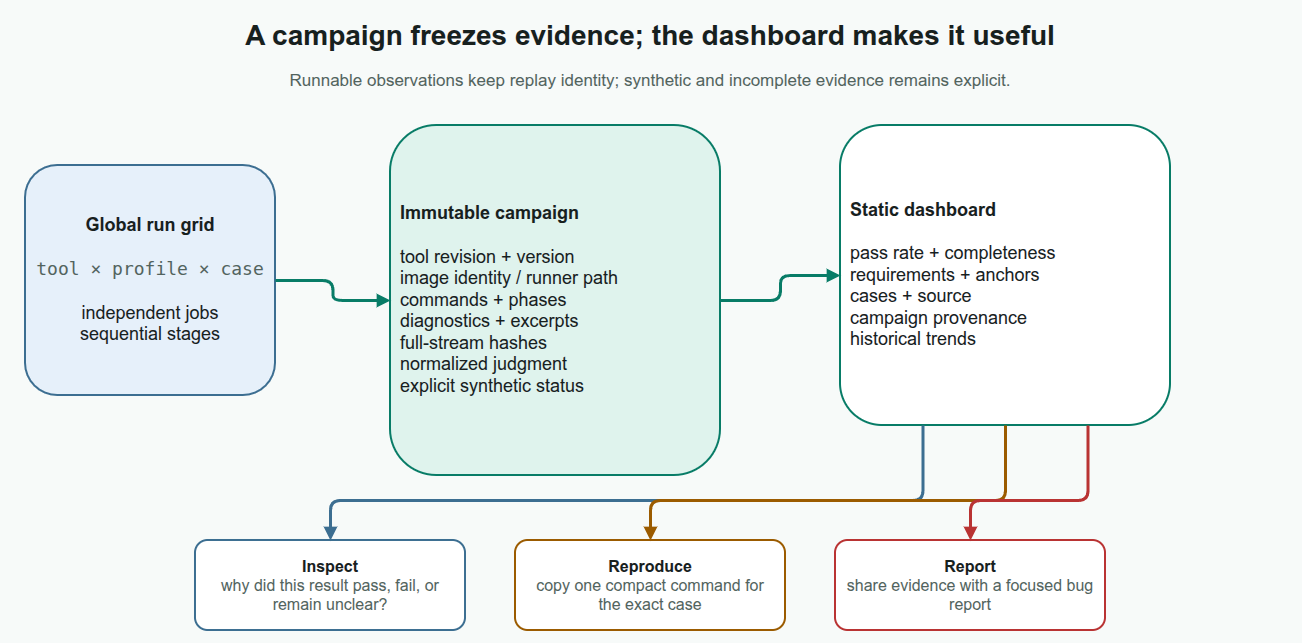
Before: docs/about/assets/campaign-to-dashboard.drawio.png, a diagram exported from draw.io (kleverhq/svtorture). Source tidied: cells renumbered, new cells last; positions are measured from the earlier drawing's top-left corner, leaving out a move shared by most shapes.
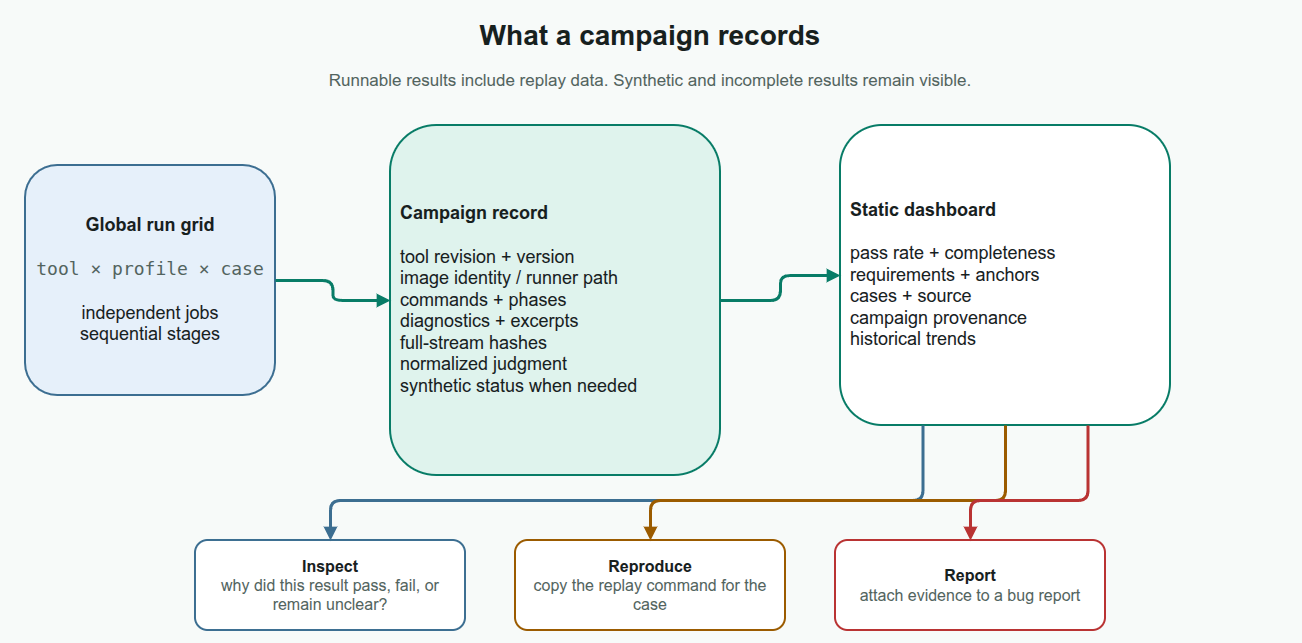
After the commit.

Commit message:
docs(about): tighten guide copy

Change to the diagram source:
```diff
@@ -2,16 +2,16 @@
   <root>
     <mxCell id="0" />
     <mxCell id="1" parent="0" />
-    <mxCell id="2" value="A campaign freezes evidence; the dashboard makes it useful" style="rounded=1;whiteSpace=wrap;html=1;arcSize=14;fillColor=none;strokeColor=none;strokeWidth=2;fontColor=#17201E;fontSize=28;fontStyle=1;align=center;verticalAlign=middle;spacing=10;rounded=0;spacing=0;verticalAlign=middle;" parent="1" vertex="1">
+    <mxCell id="2" value="What a campaign records" style="rounded=1;whiteSpace=wrap;html=1;arcSize=14;fillColor=none;strokeColor=none;strokeWidth=2;fontColor=#17201E;fontSize=28;fontStyle=1;align=center;verticalAlign=middle;spacing=10;rounded=0;spacing=0;verticalAlign=middle;" parent="1" vertex="1">
       <mxGeometry width="1280" height="50" as="geometry" />
     </mxCell>
-    <mxCell id="3" value="Runnable observations keep replay identity; synthetic and incomplete evidence remains explicit." style="rounded=1;whiteSpace=wrap;html=1;arcSize=14;fillColor=none;strokeColor=none;strokeWidth=2;fontColor=#52635E;fontSize=17;fontStyle=0;align=center;verticalAlign=middle;spacing=10;rounded=0;spacing=0;verticalAlign=middle;" parent="1" vertex="1">
+    <mxCell id="3" value="Runnable results include replay data. Synthetic and incomplete results remain visible." style="rounded=1;whiteSpace=wrap;html=1;arcSize=14;fillColor=none;strokeColor=none;strokeWidth=2;fontColor=#52635E;fontSize=17;fontStyle=0;align=center;verticalAlign=middle;spacing=10;rounded=0;spacing=0;verticalAlign=middle;" parent="1" vertex="1">
       <mxGeometry x="60" y="53" width="1160" height="35" as="geometry" />
     </mxCell>
     <mxCell id="4" value="&lt;b&gt;Global run grid&lt;/b&gt;&lt;br&gt;&lt;br&gt;&lt;font face=&quot;monospace&quot; color=&quot;#52635E&quot;&gt;tool × profile × case&lt;/font&gt;&lt;br&gt;&lt;br&gt;independent jobs&lt;br&gt;sequential stages" style="rounded=1;whiteSpace=wrap;html=1;arcSize=14;fillColor=#E6F0FA;strokeColor=#3C6E91;strokeWidth=2;fontColor=#17201E;fontSize=18;fontStyle=0;align=center;verticalAlign=middle;spacing=10;" parent="1" vertex="1">
       <mxGeometry x="15" y="155" width="250" height="230" as="geometry" />
     </mxCell>
-    <mxCell id="5" value="&lt;b&gt;Immutable campaign&lt;/b&gt;&lt;br&gt;&lt;br&gt;tool revision + version&lt;br&gt;image identity / runner path&lt;br&gt;commands + phases&lt;br&gt;diagnostics + excerpts&lt;br&gt;full-stream hashes&lt;br&gt;normalized judgment&lt;br&gt;explicit synthetic status" style="rounded=1;whiteSpace=wrap;html=1;arcSize=14;fillColor=#DFF3ED;strokeColor=#087C67;strokeWidth=2;fontColor=#17201E;fontSize=18;fontStyle=0;align=left;verticalAlign=middle;spacing=10;" parent="1" vertex="1">
+    <mxCell id="5" value="&lt;b&gt;Campaign record&lt;/b&gt;&lt;br&gt;&lt;br&gt;tool revision + version&lt;br&gt;image identity / runner path&lt;br&gt;commands + phases&lt;br&gt;diagnostics + excerpts&lt;br&gt;full-stream hashes&lt;br&gt;normalized judgment&lt;br&gt;synthetic status when needed" style="rounded=1;whiteSpace=wrap;html=1;arcSize=14;fillColor=#DFF3ED;strokeColor=#087C67;strokeWidth=2;fontColor=#17201E;fontSize=18;fontStyle=0;align=left;verticalAlign=middle;spacing=10;" parent="1" vertex="1">
       <mxGeometry x="380" y="115" width="330" height="350" as="geometry" />
     </mxCell>
     <mxCell id="6" value="&lt;b&gt;Static dashboard&lt;/b&gt;&lt;br&gt;&lt;br&gt;pass rate + completeness&lt;br&gt;requirements + anchors&lt;br&gt;cases + source&lt;br&gt;campaign provenance&lt;br&gt;historical trends" style="rounded=1;whiteSpace=wrap;html=1;arcSize=14;fillColor=#FFFFFF;strokeColor=#087C67;strokeWidth=2;fontColor=#17201E;fontSize=18;fontStyle=0;align=left;verticalAlign=middle;spacing=10;" parent="1" vertex="1">
@@ -26,10 +26,10 @@
     <mxCell id="9" value="&lt;b&gt;Inspect&lt;/b&gt;&lt;br&gt;&lt;font color=&quot;#52635E&quot;&gt;why did this result pass, fail, or remain unclear?&lt;/font&gt;" style="rounded=1;whiteSpace=wrap;html=1;arcSize=14;fillColor=#FFFFFF;strokeColor=#3C6E91;strokeWidth=2;fontColor=#17201E;fontSize=16;fontStyle=0;align=center;verticalAlign=middle;spacing=10;" parent="1" vertex="1">
       <mxGeometry x="185" y="530" width="270" height="90" as="geometry" />
     </mxCell>
-    <mxCell id="10" value="&lt;b&gt;Reproduce&lt;/b&gt;&lt;br&gt;&lt;font color=&quot;#52635E&quot;&gt;copy one compact command for the exact case&lt;/font&gt;" style="rounded=1;whiteSpace=wrap;html=1;arcSize=14;fillColor=#FFFFFF;strokeColor=#9B5B00;strokeWidth=2;fontColor=#17201E;fontSize=16;fontStyle=0;align=center;verticalAlign=middle;spacing=10;" parent="1" vertex="1">
+    <mxCell id="10" value="&lt;b&gt;Reproduce&lt;/b&gt;&lt;br&gt;&lt;font color=&quot;#52635E&quot;&gt;copy the replay command for the case&lt;/font&gt;" style="rounded=1;whiteSpace=wrap;html=1;arcSize=14;fillColor=#FFFFFF;strokeColor=#9B5B00;strokeWidth=2;fontColor=#17201E;fontSize=16;fontStyle=0;align=center;verticalAlign=middle;spacing=10;" parent="1" vertex="1">
       <mxGeometry x="505" y="530" width="270" height="90" as="geometry" />
     </mxCell>
-    <mxCell id="11" value="&lt;b&gt;Report&lt;/b&gt;&lt;br&gt;&lt;font color=&quot;#52635E&quot;&gt;share evidence with a focused bug report&lt;/font&gt;" style="rounded=1;whiteSpace=wrap;html=1;arcSize=14;fillColor=#FFFFFF;strokeColor=#B93333;strokeWidth=2;fontColor=#17201E;fontSize=16;fontStyle=0;align=center;verticalAlign=middle;spacing=10;" parent="1" vertex="1">
+    <mxCell id="11" value="&lt;b&gt;Report&lt;/b&gt;&lt;br&gt;&lt;font color=&quot;#52635E&quot;&gt;attach evidence to a bug report&lt;/font&gt;" style="rounded=1;whiteSpace=wrap;html=1;arcSize=14;fillColor=#FFFFFF;strokeColor=#B93333;strokeWidth=2;fontColor=#17201E;fontSize=16;fontStyle=0;align=center;verticalAlign=middle;spacing=10;" parent="1" vertex="1">
       <mxGeometry x="825" y="530" width="270" height="90" as="geometry" />
     </mxCell>
     <mxCell id="12" style="edgeStyle=orthogonalEdgeStyle;rounded=1;jettySize=auto;html=1;strokeColor=#3C6E91;strokeWidth=3;endArrow=block;endFill=1;exitX=0.25;exitY=1;entryX=0.5;entryY=0;dashed=0;" parent="1" edge="1" source="6" target="9">
```
